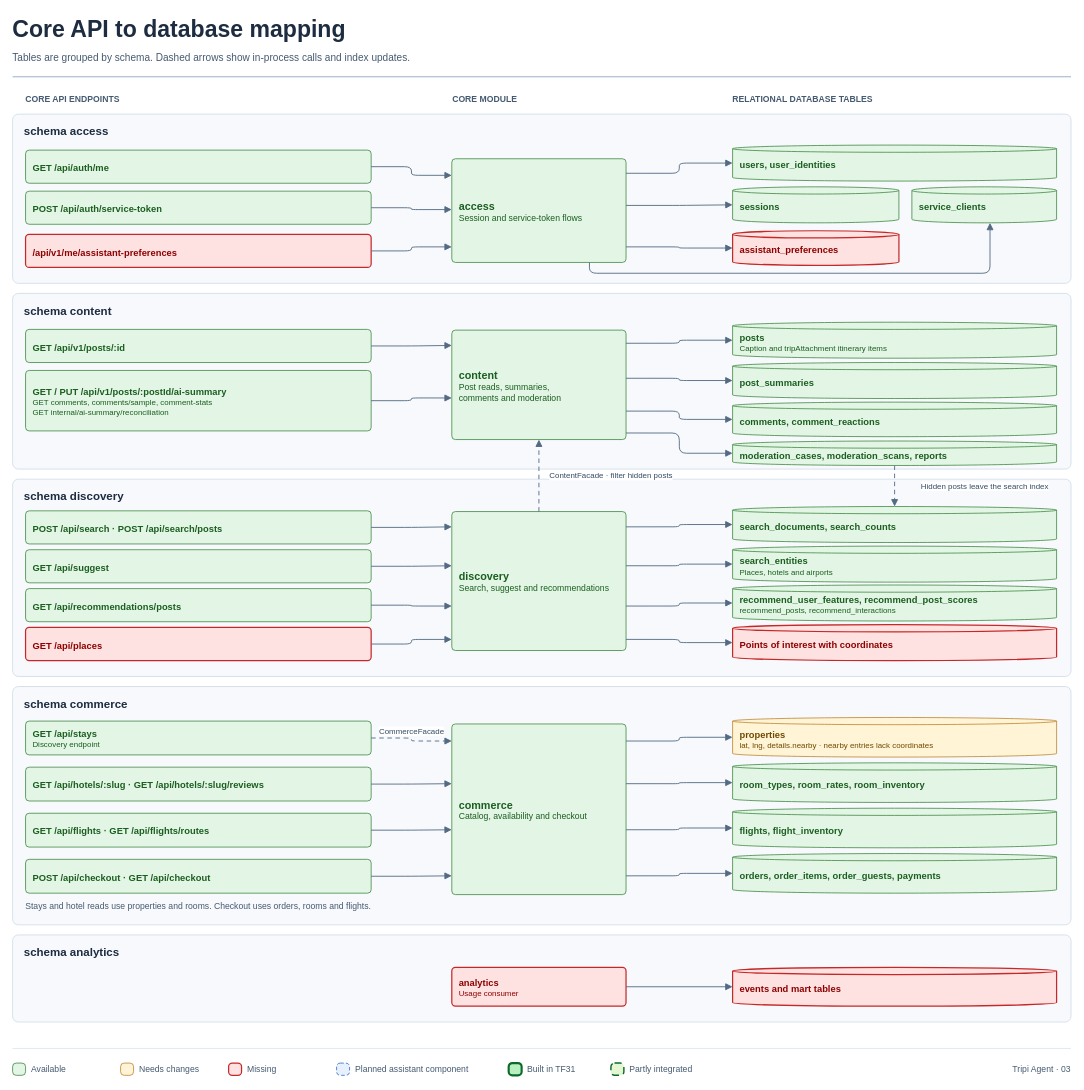
Earlier version of the draw.io diagram page "03 API, module và bảng" (4 of 6) of docs/architecture/tripi-agent-kien-truc-chi-tiet.drawio (Sukemcute/tripflix-ai). Source tidied: cells renumbered, new cells numbered last; positions are measured from the earlier drawing's top-left corner, leaving out a move shared by most shapes. Both pictures are drawn from the tidied source at 72%, with x=0, y=0 at pixel (12, 12).
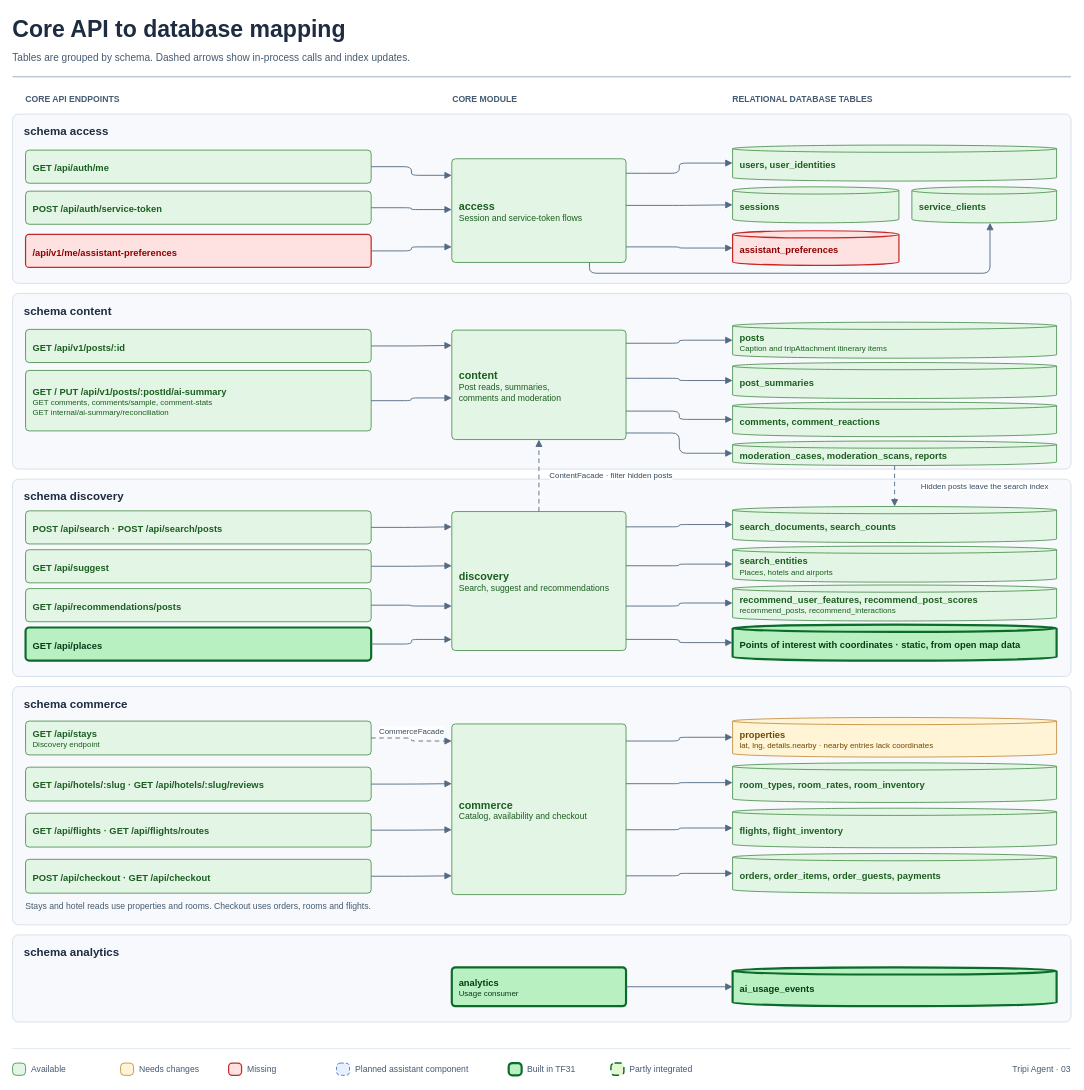
The same page after the edit.

The edit, as a diff of the source:
```diff
@@
-    <mxCell id="62" value="&lt;span style=&quot;font-size:13px&quot;&gt;&lt;b&gt;GET /api/places&lt;/b&gt;&lt;/span&gt;" style="whiteSpace=wrap;html=1;fillColor=#fde2e1;fontFamily=Arial;rounded=1;absoluteArcSize=1;arcSize=10;strokeWidth=1.7;strokeColor=#c62828;fontColor=#8e0000;align=left;verticalAlign=middle;spacingLeft=8;spacingRight=8;spacingTop=3;" parent="1" vertex="1">
+    <mxCell id="62" value="&lt;span style=&quot;font-size:13px&quot;&gt;&lt;b&gt;GET /api/places&lt;/b&gt;&lt;/span&gt;" style="whiteSpace=wrap;html=1;fontFamily=Arial;rounded=1;absoluteArcSize=1;arcSize=10;align=left;verticalAlign=middle;spacingLeft=8;spacingRight=8;spacingTop=3;fillColor=#B9F0C2;strokeColor=#0B6B2B;fontColor=#053D17;strokeWidth=3;" parent="1" vertex="1">
       <mxGeometry x="18" y="854" width="480" height="46" as="geometry" />
     </mxCell>
-    <mxCell id="63" value="&lt;span style=&quot;font-size:13px&quot;&gt;&lt;b&gt;Points of interest with coordinates&lt;/b&gt;&lt;/span&gt;" style="whiteSpace=wrap;html=1;fillColor=#fde2e1;fontFamily=Arial;shape=cylinder3;size=5;boundedLbl=1;spacingBottom=5;strokeWidth=1.7;strokeColor=#c62828;fontColor=#8e0000;align=left;verticalAlign=middle;spacingLeft=8;spacingRight=8;spacingTop=3;" parent="1" vertex="1">
+    <mxCell id="63" value="&lt;span style=&quot;font-size:13px&quot;&gt;&lt;b&gt;Points of interest with coordinates · static, from open map data&lt;/b&gt;&lt;/span&gt;" style="whiteSpace=wrap;html=1;fontFamily=Arial;shape=cylinder3;size=5;boundedLbl=1;spacingBottom=5;align=left;verticalAlign=middle;spacingLeft=8;spacingRight=8;spacingTop=3;fillColor=#B9F0C2;strokeColor=#0B6B2B;fontColor=#053D17;strokeWidth=3;" parent="1" vertex="1">
       <mxGeometry x="1000" y="850" width="450" height="50" as="geometry" />
     </mxCell>
@@
-    <mxCell id="93" value="&lt;span style=&quot;font-size:13px&quot;&gt;&lt;b&gt;analytics&lt;/b&gt;&lt;/span&gt;&lt;br&gt;&lt;span style=&quot;font-size:11px&quot;&gt;Usage consumer&lt;/span&gt;" style="whiteSpace=wrap;html=1;fillColor=#fde2e1;fontFamily=Arial;rounded=1;absoluteArcSize=1;arcSize=10;strokeWidth=1.7;strokeColor=#c62828;fontColor=#8e0000;align=left;verticalAlign=middle;spacingLeft=8;spacingRight=8;spacingTop=3;" parent="1" vertex="1">
+    <mxCell id="93" value="&lt;span style=&quot;font-size:13px&quot;&gt;&lt;b&gt;analytics&lt;/b&gt;&lt;/span&gt;&lt;br&gt;&lt;span style=&quot;font-size:11px&quot;&gt;Usage consumer&lt;/span&gt;" style="whiteSpace=wrap;html=1;fontFamily=Arial;rounded=1;absoluteArcSize=1;arcSize=10;align=left;verticalAlign=middle;spacingLeft=8;spacingRight=8;spacingTop=3;fillColor=#B9F0C2;strokeColor=#0B6B2B;fontColor=#053D17;strokeWidth=3;" parent="1" vertex="1">
       <mxGeometry x="610" y="1326" width="242" height="54" as="geometry" />
     </mxCell>
-    <mxCell id="94" value="&lt;span style=&quot;font-size:13px&quot;&gt;&lt;b&gt;events and mart tables&lt;/b&gt;&lt;/span&gt;" style="whiteSpace=wrap;html=1;fillColor=#fde2e1;fontFamily=Arial;shape=cylinder3;size=5;boundedLbl=1;spacingBottom=5;strokeWidth=1.7;strokeColor=#c62828;fontColor=#8e0000;align=left;verticalAlign=middle;spacingLeft=8;spacingRight=8;spacingTop=3;" parent="1" vertex="1">
+    <mxCell id="94" value="&lt;span style=&quot;font-size:13px&quot;&gt;&lt;b&gt;ai_usage_events&lt;/b&gt;&lt;/span&gt;" style="whiteSpace=wrap;html=1;fontFamily=Arial;shape=cylinder3;size=5;boundedLbl=1;spacingBottom=5;align=left;verticalAlign=middle;spacingLeft=8;spacingRight=8;spacingTop=3;fillColor=#B9F0C2;strokeColor=#0B6B2B;fontColor=#053D17;strokeWidth=3;" parent="1" vertex="1">
       <mxGeometry x="1000" y="1326" width="450" height="54" as="geometry" />
     </mxCell>
```
